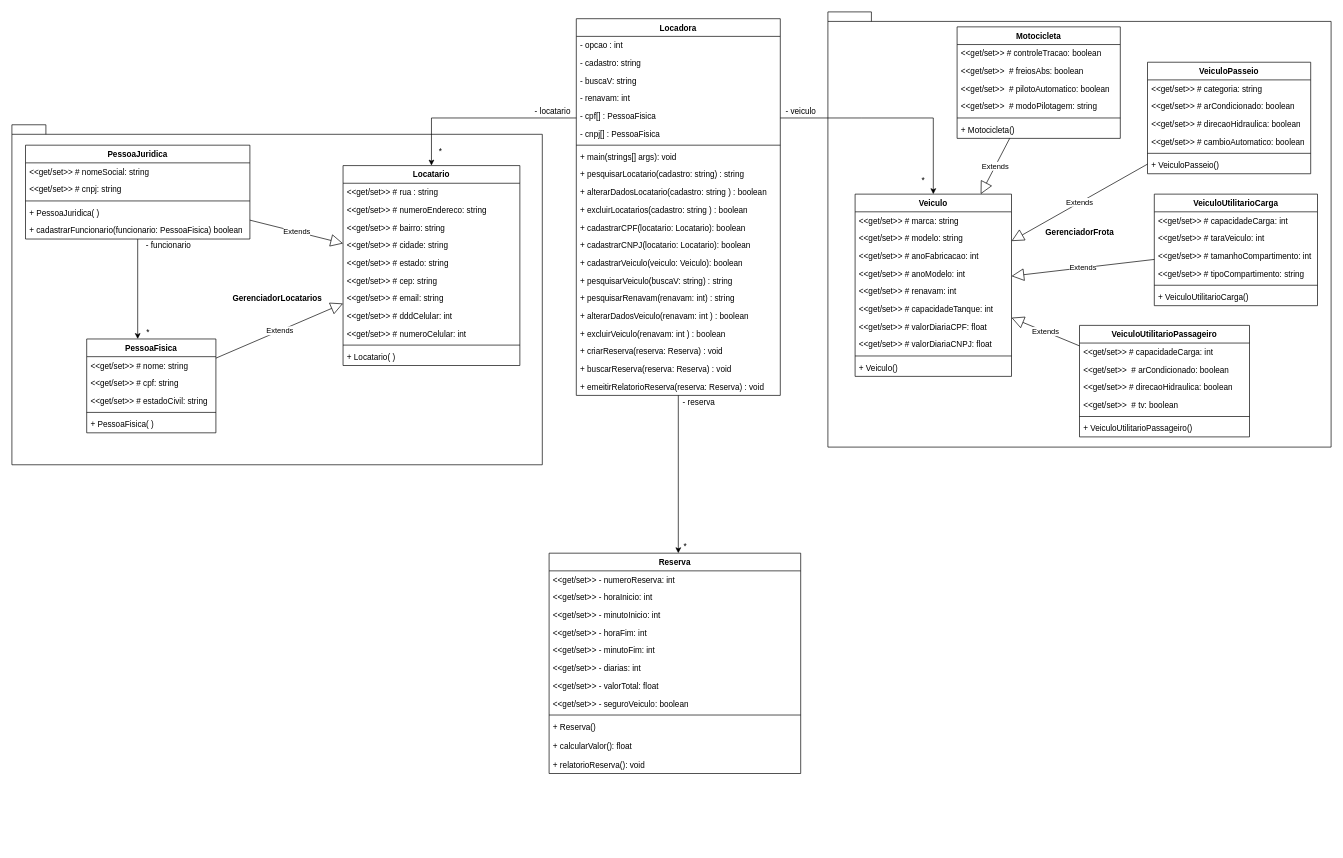
The draw.io diagram Diagrama de classe_UML.drawio in wildemberg-sales/projetoSistemaLocadora, before the edit. Source tidied: cells renumbered, new cells numbered last; positions are measured from the earlier drawing's top-left corner, leaving out a move shared by most shapes. Both pictures are drawn from the tidied source at 68%, with x=0, y=0 at pixel (12, 12).
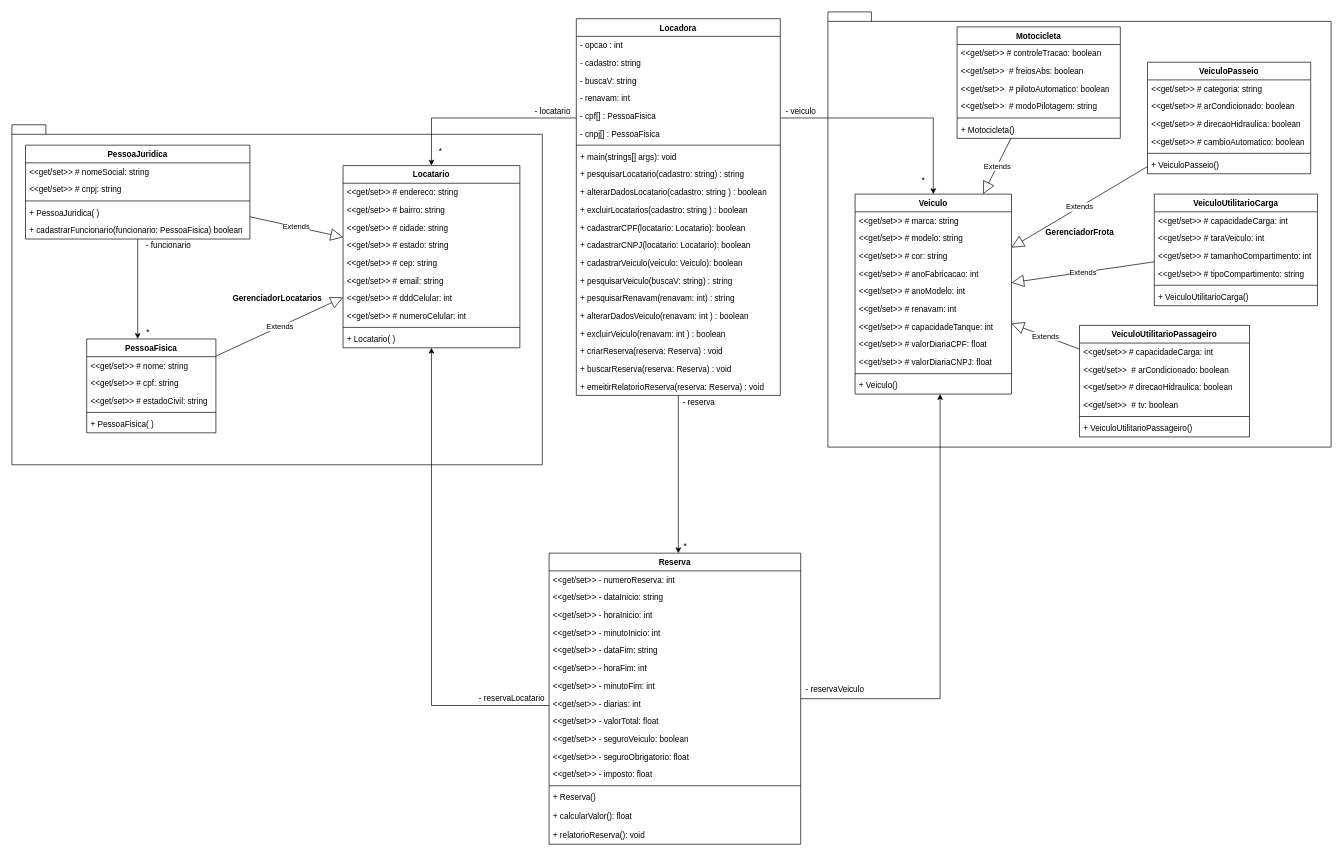
After the change.

What changed in the source:
```diff
@@
     <mxCell id="27" value="Locatario" style="swimlane;fontStyle=1;align=center;verticalAlign=top;horizontal=1;startSize=26;" parent="1" vertex="1">
-      <mxGeometry x="487" y="226" width="260" height="294" as="geometry" />
+      <mxGeometry x="487" y="226" width="260" height="268" as="geometry" />
     </mxCell>
-    <mxCell id="28" value="&lt;&lt;get/set&gt;&gt; # rua : string" style="text;strokeColor=none;fillColor=none;align=left;verticalAlign=top;spacingLeft=4;spacingRight=4;overflow=hidden;" parent="27" vertex="1">
-      <mxGeometry y="26" width="260" height="26" as="geometry" />
-    </mxCell>
-    <mxCell id="29" value="&lt;&lt;get/set&gt;&gt; # numeroEndereco: string" style="text;strokeColor=none;fillColor=none;align=left;verticalAlign=top;spacingLeft=4;spacingRight=4;overflow=hidden;" parent="27" vertex="1">
-      <mxGeometry y="52" width="260" height="26" as="geometry" />
+    <mxCell id="29" value="&lt;&lt;get/set&gt;&gt; # endereco: string" style="text;strokeColor=none;fillColor=none;align=left;verticalAlign=top;spacingLeft=4;spacingRight=4;overflow=hidden;" parent="27" vertex="1">
+      <mxGeometry y="26" width="260" height="26" as="geometry" />
     </mxCell>
     <mxCell id="30" value="&lt;&lt;get/set&gt;&gt; # bairro: string" style="text;strokeColor=none;fillColor=none;align=left;verticalAlign=top;spacingLeft=4;spacingRight=4;overflow=hidden;" parent="27" vertex="1">
-      <mxGeometry y="78" width="260" height="26" as="geometry" />
+      <mxGeometry y="52" width="260" height="26" as="geometry" />
     </mxCell>
     <mxCell id="31" value="&lt;&lt;get/set&gt;&gt; # cidade: string" style="text;strokeColor=none;fillColor=none;align=left;verticalAlign=top;spacingLeft=4;spacingRight=4;overflow=hidden;" parent="27" vertex="1">
-      <mxGeometry y="104" width="260" height="26" as="geometry" />
+      <mxGeometry y="78" width="260" height="26" as="geometry" />
     </mxCell>
     <mxCell id="32" value="&lt;&lt;get/set&gt;&gt; # estado: string" style="text;strokeColor=none;fillColor=none;align=left;verticalAlign=top;spacingLeft=4;spacingRight=4;overflow=hidden;" parent="27" vertex="1">
-      <mxGeometry y="130" width="260" height="26" as="geometry" />
+      <mxGeometry y="104" width="260" height="26" as="geometry" />
     </mxCell>
     <mxCell id="33" value="&lt;&lt;get/set&gt;&gt; # cep: string" style="text;strokeColor=none;fillColor=none;align=left;verticalAlign=top;spacingLeft=4;spacingRight=4;overflow=hidden;" parent="27" vertex="1">
-      <mxGeometry y="156" width="260" height="26" as="geometry" />
+      <mxGeometry y="130" width="260" height="26" as="geometry" />
     </mxCell>
     <mxCell id="34" value="&lt;&lt;get/set&gt;&gt; # email: string" style="text;strokeColor=none;fillColor=none;align=left;verticalAlign=top;spacingLeft=4;spacingRight=4;overflow=hidden;" parent="27" vertex="1">
-      <mxGeometry y="182" width="260" height="26" as="geometry" />
+      <mxGeometry y="156" width="260" height="26" as="geometry" />
     </mxCell>
     <mxCell id="35" value="&lt;&lt;get/set&gt;&gt; # dddCelular: int " style="text;strokeColor=none;fillColor=none;align=left;verticalAlign=top;spacingLeft=4;spacingRight=4;overflow=hidden;" parent="27" vertex="1">
-      <mxGeometry y="208" width="260" height="26" as="geometry" />
+      <mxGeometry y="182" width="260" height="26" as="geometry" />
     </mxCell>
     <mxCell id="36" value="&lt;&lt;get/set&gt;&gt; # numeroCelular: int" style="text;strokeColor=none;fillColor=none;align=left;verticalAlign=top;spacingLeft=4;spacingRight=4;overflow=hidden;" parent="27" vertex="1">
-      <mxGeometry y="234" width="260" height="26" as="geometry" />
+      <mxGeometry y="208" width="260" height="26" as="geometry" />
     </mxCell>
     <mxCell id="37" style="line;strokeWidth=1;fillColor=none;align=left;verticalAlign=middle;spacingTop=-1;spacingLeft=3;spacingRight=3;labelPosition=right;" parent="27" vertex="1">
-      <mxGeometry y="260" width="260" height="8" as="geometry" />
+      <mxGeometry y="234" width="260" height="8" as="geometry" />
     </mxCell>
     <mxCell id="38" value="+ Locatario( )" style="text;strokeColor=none;fillColor=none;align=left;verticalAlign=top;spacingLeft=4;spacingRight=4;overflow=hidden;" parent="27" vertex="1">
-      <mxGeometry y="268" width="260" height="26" as="geometry" />
+      <mxGeometry y="242" width="260" height="26" as="geometry" />
     </mxCell>
@@
     <mxCell id="58" value="Veiculo" style="swimlane;fontStyle=1;align=center;verticalAlign=top;horizontal=1;startSize=26;" parent="1" vertex="1">
-      <mxGeometry x="1240" y="268" width="230" height="268" as="geometry" />
+      <mxGeometry x="1240" y="268" width="230" height="294" as="geometry" />
     </mxCell>
@@
+    <mxCell id="120" value="&lt;&lt;get/set&gt;&gt; # cor: string" style="text;strokeColor=none;fillColor=none;align=left;verticalAlign=top;spacingLeft=4;spacingRight=4;overflow=hidden;" parent="58" vertex="1">
+      <mxGeometry y="78" width="230" height="26" as="geometry" />
+    </mxCell>
     <mxCell id="61" value="&lt;&lt;get/set&gt;&gt; # anoFabricacao: int" style="text;strokeColor=none;fillColor=none;align=left;verticalAlign=top;spacingLeft=4;spacingRight=4;overflow=hidden;" parent="58" vertex="1">
-      <mxGeometry y="78" width="230" height="26" as="geometry" />
+      <mxGeometry y="104" width="230" height="26" as="geometry" />
     </mxCell>
     <mxCell id="62" value="&lt;&lt;get/set&gt;&gt; # anoModelo: int" style="text;strokeColor=none;fillColor=none;align=left;verticalAlign=top;spacingLeft=4;spacingRight=4;overflow=hidden;" parent="58" vertex="1">
-      <mxGeometry y="104" width="230" height="26" as="geometry" />
+      <mxGeometry y="130" width="230" height="26" as="geometry" />
     </mxCell>
     <mxCell id="63" value="&lt;&lt;get/set&gt;&gt; # renavam: int" style="text;strokeColor=none;fillColor=none;align=left;verticalAlign=top;spacingLeft=4;spacingRight=4;overflow=hidden;" parent="58" vertex="1">
-      <mxGeometry y="130" width="230" height="26" as="geometry" />
+      <mxGeometry y="156" width="230" height="26" as="geometry" />
     </mxCell>
     <mxCell id="64" value="&lt;&lt;get/set&gt;&gt; # capacidadeTanque: int" style="text;strokeColor=none;fillColor=none;align=left;verticalAlign=top;spacingLeft=4;spacingRight=4;overflow=hidden;" parent="58" vertex="1">
-      <mxGeometry y="156" width="230" height="26" as="geometry" />
+      <mxGeometry y="182" width="230" height="26" as="geometry" />
     </mxCell>
     <mxCell id="65" value="&lt;&lt;get/set&gt;&gt; # valorDiariaCPF: float" style="text;strokeColor=none;fillColor=none;align=left;verticalAlign=top;spacingLeft=4;spacingRight=4;overflow=hidden;" parent="58" vertex="1">
-      <mxGeometry y="182" width="230" height="26" as="geometry" />
+      <mxGeometry y="208" width="230" height="26" as="geometry" />
     </mxCell>
     <mxCell id="66" value="&lt;&lt;get/set&gt;&gt; # valorDiariaCNPJ: float" style="text;strokeColor=none;fillColor=none;align=left;verticalAlign=top;spacingLeft=4;spacingRight=4;overflow=hidden;" parent="58" vertex="1">
-      <mxGeometry y="208" width="230" height="26" as="geometry" />
+      <mxGeometry y="234" width="230" height="26" as="geometry" />
     </mxCell>
     <mxCell id="67" style="line;strokeWidth=1;fillColor=none;align=left;verticalAlign=middle;spacingTop=-1;spacingLeft=3;spacingRight=3;labelPosition=right;" parent="58" vertex="1">
-      <mxGeometry y="234" width="230" height="8" as="geometry" />
+      <mxGeometry y="260" width="230" height="8" as="geometry" />
     </mxCell>
     <mxCell id="68" value="+ Veiculo()" style="text;strokeColor=none;fillColor=none;align=left;verticalAlign=top;spacingLeft=4;spacingRight=4;overflow=hidden;" parent="58" vertex="1">
-      <mxGeometry y="242" width="230" height="26" as="geometry" />
+      <mxGeometry y="268" width="230" height="26" as="geometry" />
     </mxCell>
@@
     <mxCell id="103" value="Reserva" style="swimlane;fontStyle=1;align=center;verticalAlign=top;horizontal=1;startSize=26;" parent="1" vertex="1">
-      <mxGeometry x="790" y="796" width="370" height="324" as="geometry" />
+      <mxGeometry x="790" y="796" width="370" height="428" as="geometry" />
     </mxCell>
@@
+    <mxCell id="121" value="&lt;&lt;get/set&gt;&gt; - dataInicio: string " style="text;strokeColor=none;fillColor=none;align=left;verticalAlign=top;spacingLeft=4;spacingRight=4;overflow=hidden;" parent="103" vertex="1">
+      <mxGeometry y="52" width="370" height="26" as="geometry" />
+    </mxCell>
     <mxCell id="105" value="&lt;&lt;get/set&gt;&gt; - horaInicio: int" style="text;strokeColor=none;fillColor=none;align=left;verticalAlign=top;spacingLeft=4;spacingRight=4;overflow=hidden;" parent="103" vertex="1">
-      <mxGeometry y="52" width="370" height="26" as="geometry" />
+      <mxGeometry y="78" width="370" height="26" as="geometry" />
     </mxCell>
     <mxCell id="106" value="&lt;&lt;get/set&gt;&gt; - minutoInicio: int" style="text;strokeColor=none;fillColor=none;align=left;verticalAlign=top;spacingLeft=4;spacingRight=4;overflow=hidden;" parent="103" vertex="1">
-      <mxGeometry y="78" width="370" height="26" as="geometry" />
+      <mxGeometry y="104" width="370" height="26" as="geometry" />
     </mxCell>
+    <mxCell id="122" value="&lt;&lt;get/set&gt;&gt; - dataFim: string " style="text;strokeColor=none;fillColor=none;align=left;verticalAlign=top;spacingLeft=4;spacingRight=4;overflow=hidden;" parent="103" vertex="1">
+      <mxGeometry y="130" width="370" height="26" as="geometry" />
+    </mxCell>
     <mxCell id="107" value="&lt;&lt;get/set&gt;&gt; - horaFim: int" style="text;strokeColor=none;fillColor=none;align=left;verticalAlign=top;spacingLeft=4;spacingRight=4;overflow=hidden;" parent="103" vertex="1">
-      <mxGeometry y="104" width="370" height="26" as="geometry" />
+      <mxGeometry y="156" width="370" height="26" as="geometry" />
     </mxCell>
     <mxCell id="108" value="&lt;&lt;get/set&gt;&gt; - minutoFim: int" style="text;strokeColor=none;fillColor=none;align=left;verticalAlign=top;spacingLeft=4;spacingRight=4;overflow=hidden;" parent="103" vertex="1">
-      <mxGeometry y="130" width="370" height="26" as="geometry" />
+      <mxGeometry y="182" width="370" height="26" as="geometry" />
     </mxCell>
     <mxCell id="109" value="&lt;&lt;get/set&gt;&gt; - diarias: int" style="text;strokeColor=none;fillColor=none;align=left;verticalAlign=top;spacingLeft=4;spacingRight=4;overflow=hidden;" parent="103" vertex="1">
-      <mxGeometry y="156" width="370" height="26" as="geometry" />
+      <mxGeometry y="208" width="370" height="26" as="geometry" />
     </mxCell>
     <mxCell id="110" value="&lt;&lt;get/set&gt;&gt; - valorTotal: float" style="text;strokeColor=none;fillColor=none;align=left;verticalAlign=top;spacingLeft=4;spacingRight=4;overflow=hidden;" parent="103" vertex="1">
-      <mxGeometry y="182" width="370" height="26" as="geometry" />
+      <mxGeometry y="234" width="370" height="26" as="geometry" />
     </mxCell>
     <mxCell id="111" value="&lt;&lt;get/set&gt;&gt; - seguroVeiculo: boolean" style="text;strokeColor=none;fillColor=none;align=left;verticalAlign=top;spacingLeft=4;spacingRight=4;overflow=hidden;" parent="103" vertex="1">
-      <mxGeometry y="208" width="370" height="26" as="geometry" />
+      <mxGeometry y="260" width="370" height="26" as="geometry" />
     </mxCell>
+    <mxCell id="123" value="&lt;&lt;get/set&gt;&gt; - seguroObrigatorio: float" style="text;strokeColor=none;fillColor=none;align=left;verticalAlign=top;spacingLeft=4;spacingRight=4;overflow=hidden;" parent="103" vertex="1">
+      <mxGeometry y="286" width="370" height="26" as="geometry" />
+    </mxCell>
+    <mxCell id="124" value="&lt;&lt;get/set&gt;&gt; - imposto: float" style="text;strokeColor=none;fillColor=none;align=left;verticalAlign=top;spacingLeft=4;spacingRight=4;overflow=hidden;" parent="103" vertex="1">
+      <mxGeometry y="312" width="370" height="26" as="geometry" />
+    </mxCell>
     <mxCell id="112" style="line;strokeWidth=1;fillColor=none;align=left;verticalAlign=middle;spacingTop=-1;spacingLeft=3;spacingRight=3;labelPosition=right;" parent="103" vertex="1">
-      <mxGeometry y="234" width="370" height="8" as="geometry" />
+      <mxGeometry y="338" width="370" height="8" as="geometry" />
     </mxCell>
     <mxCell id="113" value="+ Reserva()" style="text;strokeColor=none;fillColor=none;align=left;verticalAlign=top;spacingLeft=4;spacingRight=4;overflow=hidden;" parent="103" vertex="1">
-      <mxGeometry y="242" width="370" height="28" as="geometry" />
+      <mxGeometry y="346" width="370" height="28" as="geometry" />
     </mxCell>
     <mxCell id="114" value="+ calcularValor(): float" style="text;strokeColor=none;fillColor=none;align=left;verticalAlign=top;spacingLeft=4;spacingRight=4;overflow=hidden;" parent="103" vertex="1">
-      <mxGeometry y="270" width="370" height="28" as="geometry" />
+      <mxGeometry y="374" width="370" height="28" as="geometry" />
     </mxCell>
     <mxCell id="115" value="+ relatorioReserva(): void" style="text;strokeColor=none;fillColor=none;align=left;verticalAlign=top;spacingLeft=4;spacingRight=4;overflow=hidden;" parent="103" vertex="1">
-      <mxGeometry y="298" width="370" height="26" as="geometry" />
+      <mxGeometry y="402" width="370" height="26" as="geometry" />
     </mxCell>
@@
+    <mxCell id="125" style="edgeStyle=orthogonalEdgeStyle;rounded=0;jettySize=auto;html=1;" parent="1" edge="1" source="103" target="58">
+      <mxGeometry relative="1" as="geometry">
+        <Array as="points">
+          <mxPoint x="1365" y="1010" />
+        </Array>
+      </mxGeometry>
+    </mxCell>
+    <mxCell id="126" style="edgeStyle=orthogonalEdgeStyle;rounded=0;jettySize=auto;html=1;" parent="1" edge="1" source="103" target="27">
+      <mxGeometry relative="1" as="geometry">
+        <Array as="points">
+          <mxPoint x="617" y="1020" />
+        </Array>
+      </mxGeometry>
+    </mxCell>
+    <mxCell id="127" value="- reservaLocatario" style="text;html=1;align=center;verticalAlign=middle;strokeColor=none;fillColor=none;" parent="1" vertex="1">
+      <mxGeometry x="680" y="1000" width="110" height="20" as="geometry" />
+    </mxCell>
+    <mxCell id="128" value="- reservaVeiculo" style="text;html=1;align=center;verticalAlign=middle;strokeColor=none;fillColor=none;" parent="1" vertex="1">
+      <mxGeometry x="1160" y="986" width="100" height="20" as="geometry" />
+    </mxCell>
```
